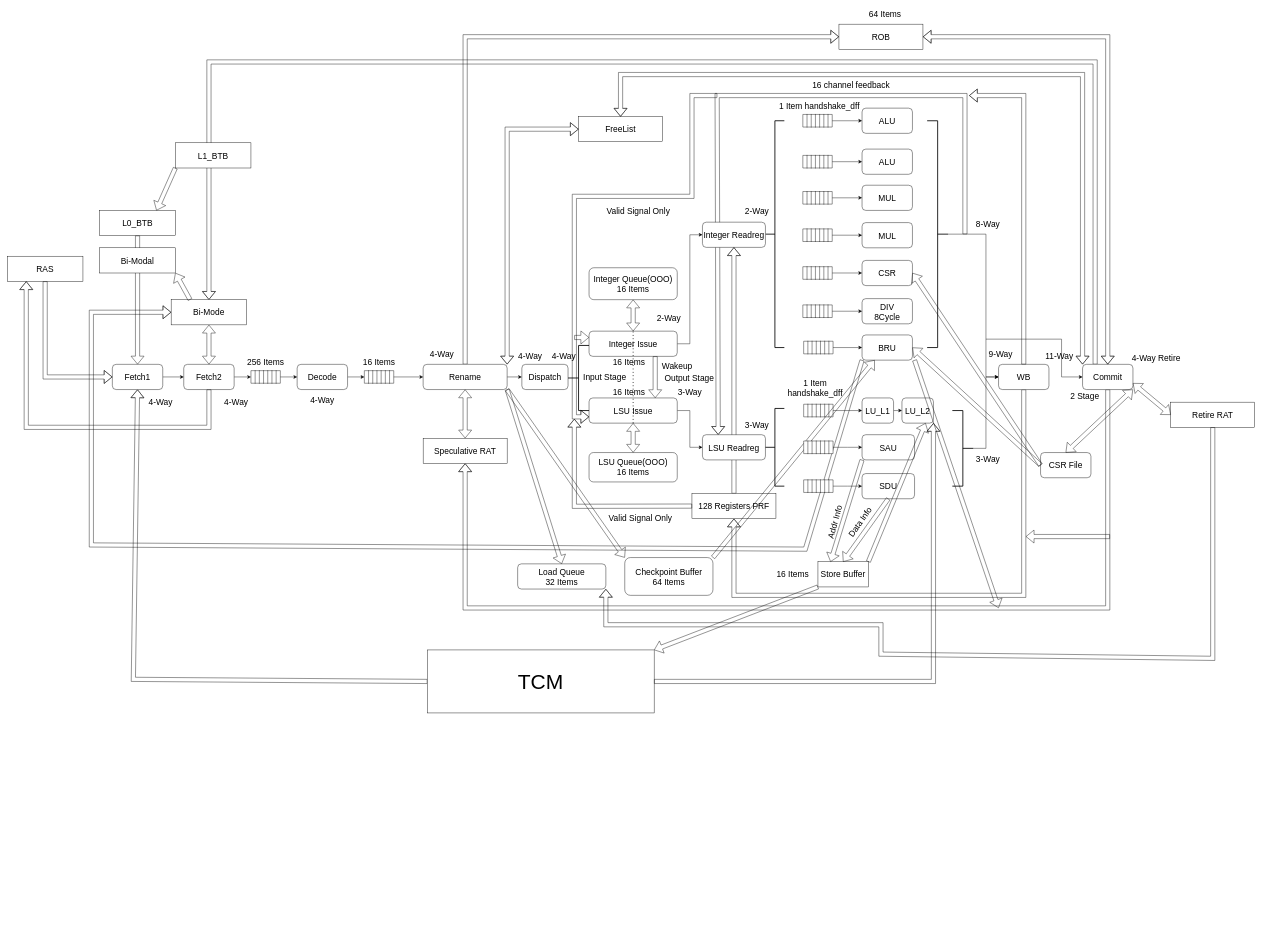
This is docs/processor_pipeline.drawio from lizhirui/DreamCoreV2, a draw.io file, before an edit. Source tidied: cells renumbered, new cells numbered last; positions are measured from the earlier drawing's top-left corner, leaving out a move shared by most shapes. Both pictures are drawn from the tidied source at 42%, with x=0, y=0 at pixel (7, 7).
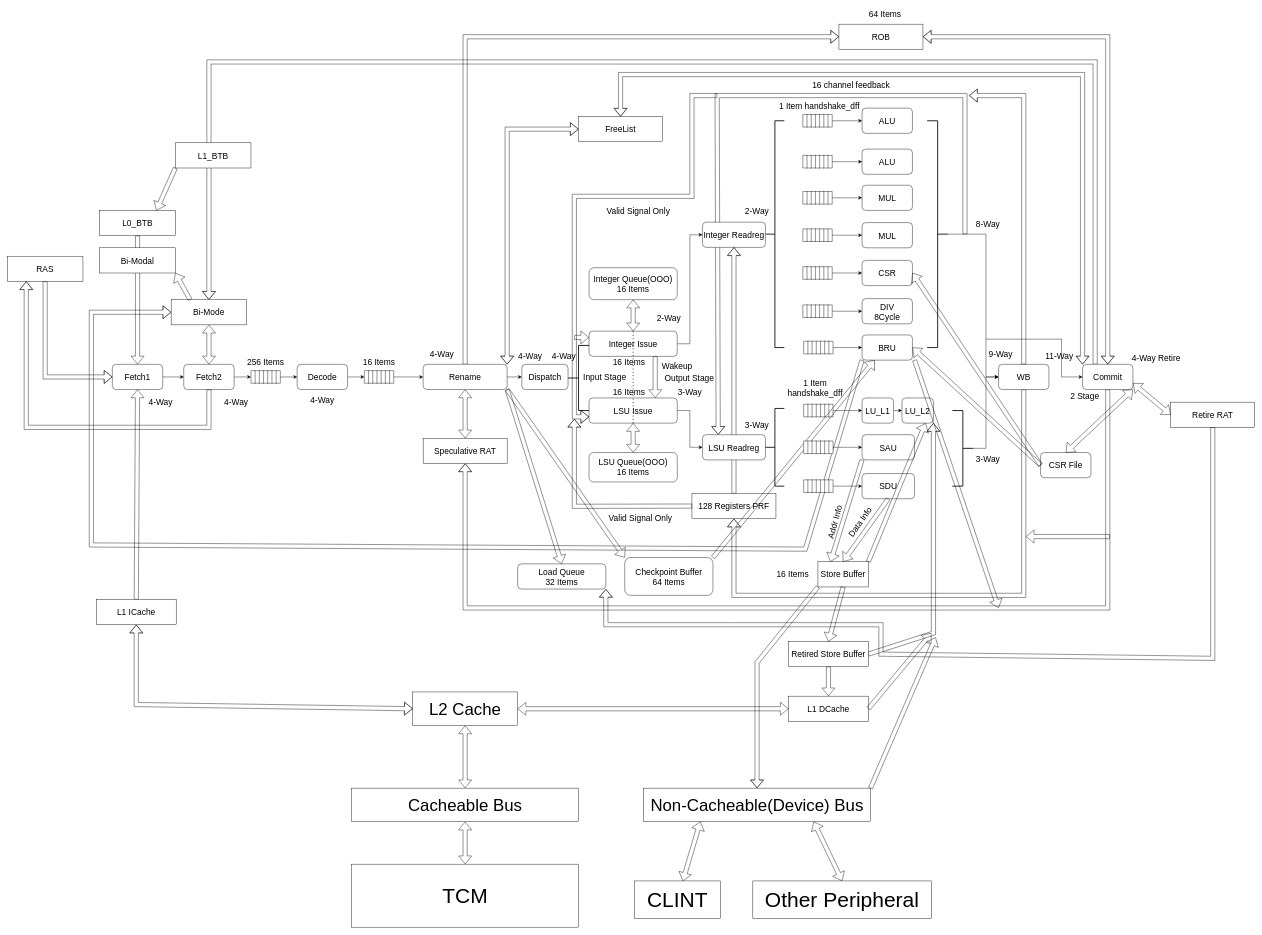
The same page after the edit.

Unchanged cells that the change refers to:
```xml
<mxCell id="115" value="Store Buffer" style="rounded=0;whiteSpace=wrap;html=1;fontFamily=Helvetica;fontSize=20;" parent="1" vertex="1">
  <mxGeometry x="1930" y="1320" width="120" height="60" as="geometry" />
</mxCell>
<mxCell id="155" value="Fetch1" style="rounded=1;whiteSpace=wrap;html=1;fontSize=20;" parent="1" vertex="1">
  <mxGeometry x="250" y="850" width="120" height="60" as="geometry" />
</mxCell>
<mxCell id="205" value="LU_L2" style="whiteSpace=wrap;html=1;fontSize=20;rounded=1;" parent="1" vertex="1">
  <mxGeometry x="2130" y="930" width="75" height="60" as="geometry" />
</mxCell>
```

The edit, as a diff of the source:
```diff
@@
-    <mxCell id="113" style="edgeStyle=none;rounded=0;jettySize=auto;html=1;entryX=0.5;entryY=1;entryDx=0;entryDy=0;fontFamily=Helvetica;fontSize=20;fontColor=default;targetPerimeterSpacing=0;shape=flexArrow;exitX=0;exitY=0.5;exitDx=0;exitDy=0;" parent="1" edge="1" source="116" target="155">
-      <mxGeometry relative="1" as="geometry">
-        <Array as="points">
-          <mxPoint x="300" y="1600" />
-        </Array>
-      </mxGeometry>
-    </mxCell>
-    <mxCell id="114" style="edgeStyle=none;shape=flexArrow;rounded=0;jettySize=auto;html=1;exitX=0;exitY=1;exitDx=0;exitDy=0;entryX=1;entryY=0;entryDx=0;entryDy=0;fontFamily=Helvetica;fontSize=20;fontColor=default;targetPerimeterSpacing=0;" parent="1" edge="1" source="115" target="116">
-      <mxGeometry relative="1" as="geometry" />
-    </mxCell>
@@
     <mxCell id="116" value="TCM" style="rounded=0;whiteSpace=wrap;html=1;fontFamily=Helvetica;fontSize=50;" parent="1" vertex="1">
-      <mxGeometry x="1000" y="1530" width="540" height="150" as="geometry" />
+      <mxGeometry x="820" y="2040" width="540" height="150" as="geometry" />
     </mxCell>
@@
-    <mxCell id="231" style="edgeStyle=none;shape=flexArrow;rounded=0;jettySize=auto;html=1;entryX=1;entryY=1;entryDx=0;entryDy=0;fontFamily=Helvetica;fontSize=20;fontColor=default;targetPerimeterSpacing=0;exitX=1;exitY=0.5;exitDx=0;exitDy=0;" parent="1" edge="1" source="116" target="205">
+    <mxCell id="231" style="edgeStyle=none;shape=flexArrow;rounded=0;jettySize=auto;html=1;entryX=1;entryY=1;entryDx=0;entryDy=0;fontFamily=Helvetica;fontSize=20;fontColor=default;targetPerimeterSpacing=0;exitX=1;exitY=0.5;exitDx=0;exitDy=0;" parent="1" edge="1" source="241" target="205">
       <mxGeometry relative="1" as="geometry">
         <Array as="points">
-          <mxPoint x="2205" y="1605" />
+          <mxPoint x="2205" y="1490" />
         </Array>
       </mxGeometry>
     </mxCell>
@@
+    <mxCell id="241" value="Retired Store Buffer" style="rounded=0;whiteSpace=wrap;html=1;fontFamily=Helvetica;fontSize=20;" parent="1" vertex="1">
+      <mxGeometry x="1860" y="1510" width="190" height="60" as="geometry" />
+    </mxCell>
+    <mxCell id="242" style="edgeStyle=none;shape=flexArrow;rounded=0;jettySize=auto;html=1;entryX=0.5;entryY=0;entryDx=0;entryDy=0;fontFamily=Helvetica;fontSize=20;fontColor=default;targetPerimeterSpacing=0;exitX=0.5;exitY=1;exitDx=0;exitDy=0;" parent="1" edge="1" source="115" target="241">
+      <mxGeometry relative="1" as="geometry" />
+    </mxCell>
+    <mxCell id="243" value="L1 DCache" style="rounded=0;whiteSpace=wrap;html=1;fontFamily=Helvetica;fontSize=20;" parent="1" vertex="1">
+      <mxGeometry x="1860" y="1640" width="190" height="60" as="geometry" />
+    </mxCell>
+    <mxCell id="244" style="edgeStyle=none;shape=flexArrow;rounded=0;jettySize=auto;html=1;entryX=0.5;entryY=0;entryDx=0;entryDy=0;fontFamily=Helvetica;fontSize=20;fontColor=default;targetPerimeterSpacing=0;exitX=0.5;exitY=1;exitDx=0;exitDy=0;" parent="1" edge="1" source="241" target="243">
+      <mxGeometry relative="1" as="geometry" />
+    </mxCell>
+    <mxCell id="245" style="edgeStyle=none;shape=flexArrow;rounded=0;jettySize=auto;html=1;entryX=0.5;entryY=1;entryDx=0;entryDy=0;fontFamily=Helvetica;fontSize=20;fontColor=default;targetPerimeterSpacing=0;exitX=0.5;exitY=0;exitDx=0;exitDy=0;" parent="1" edge="1" source="246" target="155">
+      <mxGeometry relative="1" as="geometry" />
+    </mxCell>
+    <mxCell id="246" value="L1 ICache" style="rounded=0;whiteSpace=wrap;html=1;fontFamily=Helvetica;fontSize=20;" parent="1" vertex="1">
+      <mxGeometry x="212" y="1410" width="190" height="60" as="geometry" />
+    </mxCell>
+    <mxCell id="247" style="edgeStyle=none;shape=flexArrow;rounded=0;jettySize=auto;html=1;exitX=1;exitY=0.5;exitDx=0;exitDy=0;fontFamily=Helvetica;fontSize=20;fontColor=default;targetPerimeterSpacing=0;" parent="1" edge="1" source="243">
+      <mxGeometry relative="1" as="geometry">
+        <mxPoint x="2200" y="1490" as="targetPoint" />
+      </mxGeometry>
+    </mxCell>
+    <mxCell id="248" value="L2 Cache" style="rounded=0;whiteSpace=wrap;html=1;fontFamily=Helvetica;fontSize=40;" parent="1" vertex="1">
+      <mxGeometry x="965" y="1630" width="250" height="80" as="geometry" />
+    </mxCell>
+    <mxCell id="249" style="shape=flexArrow;endArrow=classic;startArrow=classic;html=1;rounded=0;fontFamily=Helvetica;fontSize=20;fontColor=default;targetPerimeterSpacing=0;exitX=0;exitY=0.5;exitDx=0;exitDy=0;entryX=1;entryY=0.5;entryDx=0;entryDy=0;" parent="1" edge="1" source="243" target="248">
+      <mxGeometry relative="1" as="geometry" />
+    </mxCell>
+    <mxCell id="250" style="shape=flexArrow;endArrow=classic;startArrow=classic;html=1;rounded=0;fontFamily=Helvetica;fontSize=20;fontColor=default;targetPerimeterSpacing=0;exitX=0;exitY=0.5;exitDx=0;exitDy=0;entryX=0.5;entryY=1;entryDx=0;entryDy=0;" parent="1" edge="1" source="248" target="246">
+      <mxGeometry relative="1" as="geometry">
+        <Array as="points">
+          <mxPoint x="307" y="1660" />
+        </Array>
+      </mxGeometry>
+    </mxCell>
+    <mxCell id="251" style="shape=flexArrow;endArrow=classic;startArrow=classic;html=1;rounded=0;fontSize=40;entryX=0.5;entryY=1;entryDx=0;entryDy=0;" parent="1" edge="1" source="252" target="248">
+      <mxGeometry relative="1" as="geometry" />
+    </mxCell>
+    <mxCell id="252" value="Cacheable Bus" style="rounded=0;whiteSpace=wrap;html=1;fontFamily=Helvetica;fontSize=40;" parent="1" vertex="1">
+      <mxGeometry x="820" y="1859" width="540" height="80" as="geometry" />
+    </mxCell>
+    <mxCell id="253" style="shape=flexArrow;endArrow=classic;startArrow=classic;html=1;rounded=0;fontSize=40;entryX=0.5;entryY=1;entryDx=0;entryDy=0;exitX=0.5;exitY=0;exitDx=0;exitDy=0;" parent="1" edge="1" source="116" target="252">
+      <mxGeometry relative="1" as="geometry" />
+    </mxCell>
+    <mxCell id="254" value="Non-Cacheable(Device) Bus" style="rounded=0;whiteSpace=wrap;html=1;fontFamily=Helvetica;fontSize=40;" parent="1" vertex="1">
+      <mxGeometry x="1515" y="1859" width="540" height="80" as="geometry" />
+    </mxCell>
+    <mxCell id="255" style="edgeStyle=none;shape=flexArrow;rounded=0;jettySize=auto;html=1;entryX=0.5;entryY=0;entryDx=0;entryDy=0;fontFamily=Helvetica;fontSize=20;fontColor=default;targetPerimeterSpacing=0;exitX=0;exitY=1;exitDx=0;exitDy=0;" parent="1" edge="1" source="115" target="254">
+      <mxGeometry relative="1" as="geometry">
+        <Array as="points">
+          <mxPoint x="1785" y="1560" />
+        </Array>
+      </mxGeometry>
+    </mxCell>
+    <mxCell id="256" style="edgeStyle=none;shape=flexArrow;rounded=0;jettySize=auto;html=1;fontFamily=Helvetica;fontSize=20;fontColor=default;targetPerimeterSpacing=0;exitX=1;exitY=0;exitDx=0;exitDy=0;" parent="1" edge="1" source="254">
+      <mxGeometry relative="1" as="geometry">
+        <mxPoint x="2210" y="1500" as="targetPoint" />
+      </mxGeometry>
+    </mxCell>
+    <mxCell id="257" value="CLINT" style="rounded=0;whiteSpace=wrap;html=1;fontFamily=Helvetica;fontSize=50;" parent="1" vertex="1">
+      <mxGeometry x="1492.5" y="2080" width="205" height="89.7" as="geometry" />
+    </mxCell>
+    <mxCell id="258" value="Other Peripheral" style="rounded=0;whiteSpace=wrap;html=1;fontFamily=Helvetica;fontSize=50;" parent="1" vertex="1">
+      <mxGeometry x="1775" y="2080" width="425" height="89.7" as="geometry" />
+    </mxCell>
+    <mxCell id="259" style="shape=flexArrow;endArrow=classic;startArrow=classic;html=1;rounded=0;fontSize=40;entryX=0.25;entryY=1;entryDx=0;entryDy=0;" parent="1" edge="1" source="257" target="254">
+      <mxGeometry relative="1" as="geometry" />
+    </mxCell>
+    <mxCell id="260" style="shape=flexArrow;endArrow=classic;startArrow=classic;html=1;rounded=0;fontSize=40;entryX=0.75;entryY=1;entryDx=0;entryDy=0;exitX=0.5;exitY=0;exitDx=0;exitDy=0;" parent="1" edge="1" source="258" target="254">
+      <mxGeometry relative="1" as="geometry" />
+    </mxCell>
```
